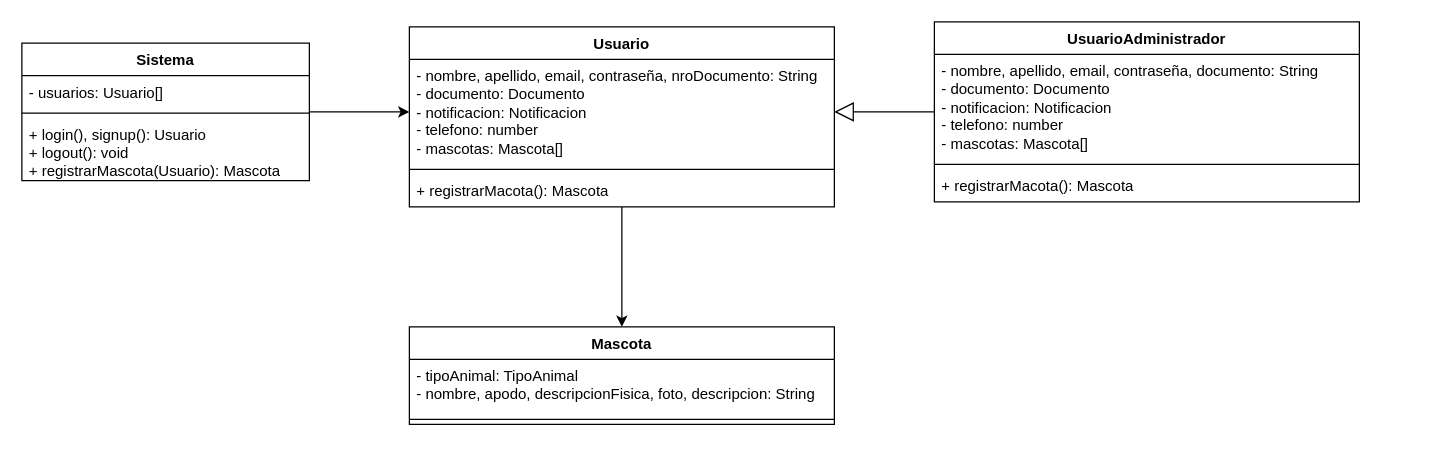
Above: diagrama.drawio in AugustoYanez/Trabajo-Integrador-Expo (draw.io), before the change. Source tidied: cells renumbered, new cells numbered last; positions are measured from the earlier drawing's top-left corner, leaving out a move shared by most shapes. Both pictures are drawn from the tidied source at 125%, with x=0, y=0 at pixel (21, 21).
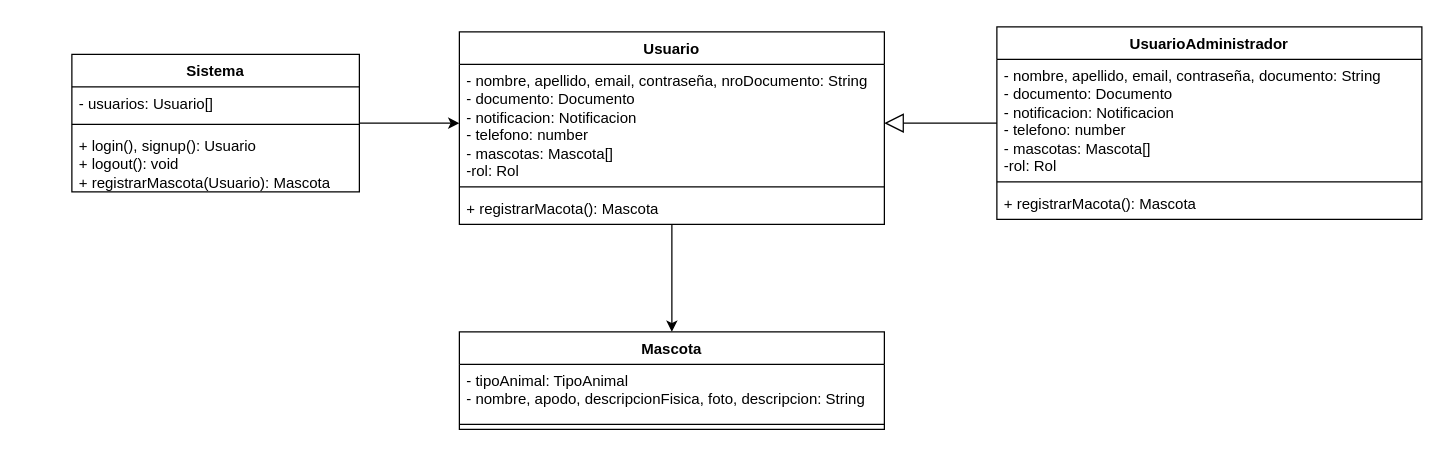
After the change.

What changed in the source:
```diff
@@
 <mxGraphModel>
   <root>
     <mxCell id="0" />
     <mxCell id="1" parent="0" />
     <mxCell id="2" style="edgeStyle=orthogonalEdgeStyle;rounded=0;jettySize=auto;html=1;entryX=0.5;entryY=0;entryDx=0;entryDy=0;" parent="1" edge="1" source="3" target="12">
       <mxGeometry relative="1" as="geometry" />
     </mxCell>
     <mxCell id="3" value="Usuario" style="swimlane;fontStyle=1;align=center;verticalAlign=top;horizontal=1;startSize=26;whiteSpace=wrap;html=1;" parent="1" vertex="1">
-      <mxGeometry x="310" y="4" width="340" height="144" as="geometry" />
+      <mxGeometry x="350" y="8" width="340" height="154" as="geometry" />
     </mxCell>
-    <mxCell id="4" value="- nombre, apellido, email, contraseña, nroDocumento: String&lt;div&gt;- documento: Documento&lt;/div&gt;&lt;div&gt;- notificacion: Notificacion&lt;/div&gt;&lt;div&gt;- telefono: number&lt;/div&gt;&lt;div&gt;- mascotas: Mascota[]&lt;/div&gt;" style="text;strokeColor=none;fillColor=none;align=left;verticalAlign=top;spacingLeft=4;spacingRight=4;overflow=hidden;points=[[0,0.5],[1,0.5]];portConstraint=eastwest;whiteSpace=wrap;html=1;" parent="3" vertex="1">
-      <mxGeometry y="26" width="340" height="84" as="geometry" />
+    <mxCell id="4" value="- nombre, apellido, email, contraseña, nroDocumento: String&lt;div&gt;- documento: Documento&lt;/div&gt;&lt;div&gt;- notificacion: Notificacion&lt;/div&gt;&lt;div&gt;- telefono: number&lt;/div&gt;&lt;div&gt;- mascotas: Mascota[]&lt;/div&gt;&lt;div&gt;-rol: Rol&lt;/div&gt;" style="text;strokeColor=none;fillColor=none;align=left;verticalAlign=top;spacingLeft=4;spacingRight=4;overflow=hidden;points=[[0,0.5],[1,0.5]];portConstraint=eastwest;whiteSpace=wrap;html=1;" parent="3" vertex="1">
+      <mxGeometry y="26" width="340" height="94" as="geometry" />
     </mxCell>
     <mxCell id="5" style="line;strokeWidth=1;fillColor=none;align=left;verticalAlign=middle;spacingTop=-1;spacingLeft=3;spacingRight=3;labelPosition=right;strokeColor=inherit;" parent="3" vertex="1">
-      <mxGeometry y="110" width="340" height="8" as="geometry" />
+      <mxGeometry y="120" width="340" height="8" as="geometry" />
     </mxCell>
     <mxCell id="6" value="+ registrarMacota(): Mascota" style="text;strokeColor=none;fillColor=none;align=left;verticalAlign=top;spacingLeft=4;spacingRight=4;overflow=hidden;whiteSpace=wrap;html=1;" parent="3" vertex="1">
-      <mxGeometry y="118" width="340" height="26" as="geometry" />
+      <mxGeometry y="128" width="340" height="26" as="geometry" />
     </mxCell>
     <mxCell id="7" style="edgeStyle=orthogonalEdgeStyle;rounded=0;jettySize=auto;html=1;endArrow=block;endFill=0;endSize=13;" parent="1" edge="1" source="8" target="4">
       <mxGeometry relative="1" as="geometry" />
     </mxCell>
     <mxCell id="8" value="UsuarioAdministrador" style="swimlane;fontStyle=1;align=center;verticalAlign=top;horizontal=1;startSize=26;whiteSpace=wrap;html=1;" parent="1" vertex="1">
-      <mxGeometry x="730" width="340" height="144" as="geometry" />
+      <mxGeometry x="780" y="4" width="340" height="154" as="geometry" />
     </mxCell>
-    <mxCell id="9" value="- nombre, apellido, email, contraseña, documento: String&lt;div&gt;- documento: Documento&lt;/div&gt;&lt;div&gt;- notificacion: Notificacion&lt;/div&gt;&lt;div&gt;- telefono: number&lt;/div&gt;&lt;div&gt;- mascotas: Mascota[]&lt;/div&gt;" style="text;strokeColor=none;fillColor=none;align=left;verticalAlign=top;spacingLeft=4;spacingRight=4;overflow=hidden;whiteSpace=wrap;html=1;" parent="8" vertex="1">
-      <mxGeometry y="26" width="340" height="84" as="geometry" />
+    <mxCell id="9" value="- nombre, apellido, email, contraseña, documento: String&lt;div&gt;- documento: Documento&lt;/div&gt;&lt;div&gt;- notificacion: Notificacion&lt;/div&gt;&lt;div&gt;- telefono: number&lt;/div&gt;&lt;div&gt;- mascotas: Mascota[]&lt;/div&gt;&lt;div&gt;-rol: Rol&lt;/div&gt;" style="text;strokeColor=none;fillColor=none;align=left;verticalAlign=top;spacingLeft=4;spacingRight=4;overflow=hidden;whiteSpace=wrap;html=1;" parent="8" vertex="1">
+      <mxGeometry y="26" width="340" height="94" as="geometry" />
     </mxCell>
     <mxCell id="10" style="line;strokeWidth=1;fillColor=none;align=left;verticalAlign=middle;spacingTop=-1;spacingLeft=3;spacingRight=3;labelPosition=right;strokeColor=inherit;" parent="8" vertex="1">
-      <mxGeometry y="110" width="340" height="8" as="geometry" />
+      <mxGeometry y="120" width="340" height="8" as="geometry" />
     </mxCell>
     <mxCell id="11" value="+ registrarMacota(): Mascota" style="text;strokeColor=none;fillColor=none;align=left;verticalAlign=top;spacingLeft=4;spacingRight=4;overflow=hidden;whiteSpace=wrap;html=1;" parent="8" vertex="1">
-      <mxGeometry y="118" width="340" height="26" as="geometry" />
+      <mxGeometry y="128" width="340" height="26" as="geometry" />
     </mxCell>
     <mxCell id="12" value="Mascota" style="swimlane;fontStyle=1;align=center;verticalAlign=top;horizontal=1;startSize=26;whiteSpace=wrap;html=1;" parent="1" vertex="1">
-      <mxGeometry x="310" y="244" width="340" height="78" as="geometry" />
+      <mxGeometry x="350" y="248" width="340" height="78" as="geometry" />
     </mxCell>
     <mxCell id="13" value="- tipoAnimal: TipoAnimal&lt;div&gt;- nombre, apodo, descripcionFisica, foto, descripcion: String&lt;/div&gt;" style="text;strokeColor=none;fillColor=none;align=left;verticalAlign=top;spacingLeft=4;spacingRight=4;overflow=hidden;whiteSpace=wrap;html=1;" parent="12" vertex="1">
       <mxGeometry y="26" width="340" height="44" as="geometry" />
     </mxCell>
     <mxCell id="14" style="line;strokeWidth=1;fillColor=none;align=left;verticalAlign=middle;spacingTop=-1;spacingLeft=3;spacingRight=3;labelPosition=right;strokeColor=inherit;" parent="12" vertex="1">
       <mxGeometry y="70" width="340" height="8" as="geometry" />
     </mxCell>
     <mxCell id="15" value="Sistema" style="swimlane;fontStyle=1;align=center;verticalAlign=top;horizontal=1;startSize=26;whiteSpace=wrap;html=1;" parent="1" vertex="1">
-      <mxGeometry y="17" width="230" height="110" as="geometry" />
+      <mxGeometry x="40" y="26" width="230" height="110" as="geometry" />
     </mxCell>
     <mxCell id="16" value="- usuarios: Usuario[]" style="text;strokeColor=none;fillColor=none;align=left;verticalAlign=top;spacingLeft=4;spacingRight=4;overflow=hidden;whiteSpace=wrap;html=1;" parent="15" vertex="1">
       <mxGeometry y="26" width="230" height="26" as="geometry" />
     </mxCell>
     <mxCell id="17" style="line;strokeWidth=1;fillColor=none;align=left;verticalAlign=middle;spacingTop=-1;spacingLeft=3;spacingRight=3;labelPosition=right;strokeColor=inherit;" parent="15" vertex="1">
       <mxGeometry y="52" width="230" height="8" as="geometry" />
     </mxCell>
     <mxCell id="18" value="+ login(), signup(): Usuario&lt;div&gt;+ logout(): void&lt;/div&gt;&lt;div&gt;+ registrarMascota(Usuario): Mascota&lt;/div&gt;" style="text;strokeColor=none;fillColor=none;align=left;verticalAlign=top;spacingLeft=4;spacingRight=4;overflow=hidden;whiteSpace=wrap;html=1;" parent="15" vertex="1">
       <mxGeometry y="60" width="230" height="50" as="geometry" />
     </mxCell>
     <mxCell id="19" style="edgeStyle=orthogonalEdgeStyle;rounded=0;jettySize=auto;html=1;entryX=0;entryY=0.5;entryDx=0;entryDy=0;" parent="1" edge="1" source="15" target="4">
       <mxGeometry relative="1" as="geometry" />
     </mxCell>
   </root>
 </mxGraphModel>
```
